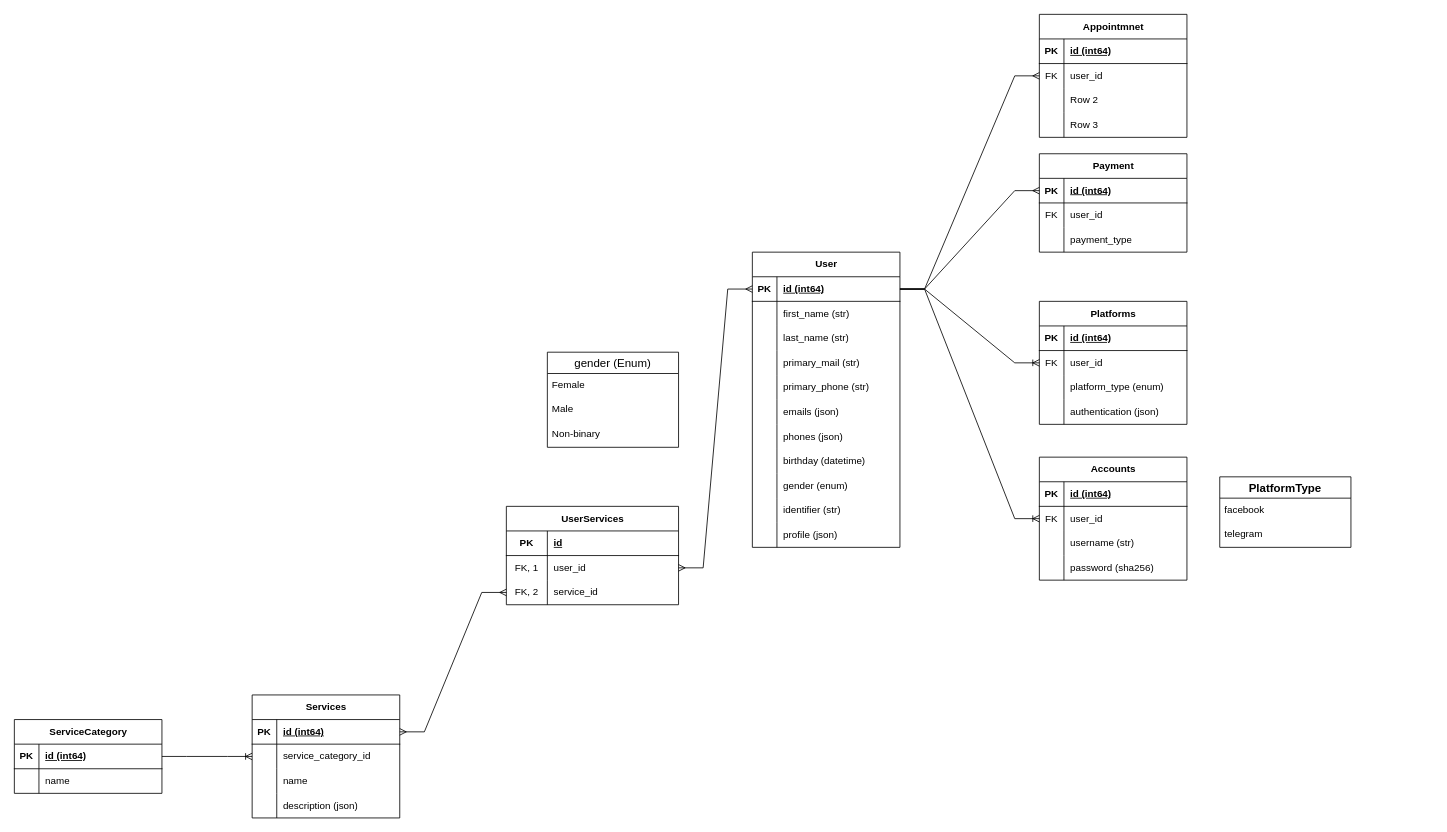
NeuroVortex/expert-booking-marketplace keeps this draw.io diagram as page "Database" (2 of 2) of booking-service.drawio. Above is the earlier version. Source tidied: cells renumbered, new cells numbered last; positions are measured from the earlier drawing's top-left corner, leaving out a move shared by most shapes. Both pictures are drawn from the tidied source at 82%, with x=0, y=0 at pixel (14, 14).
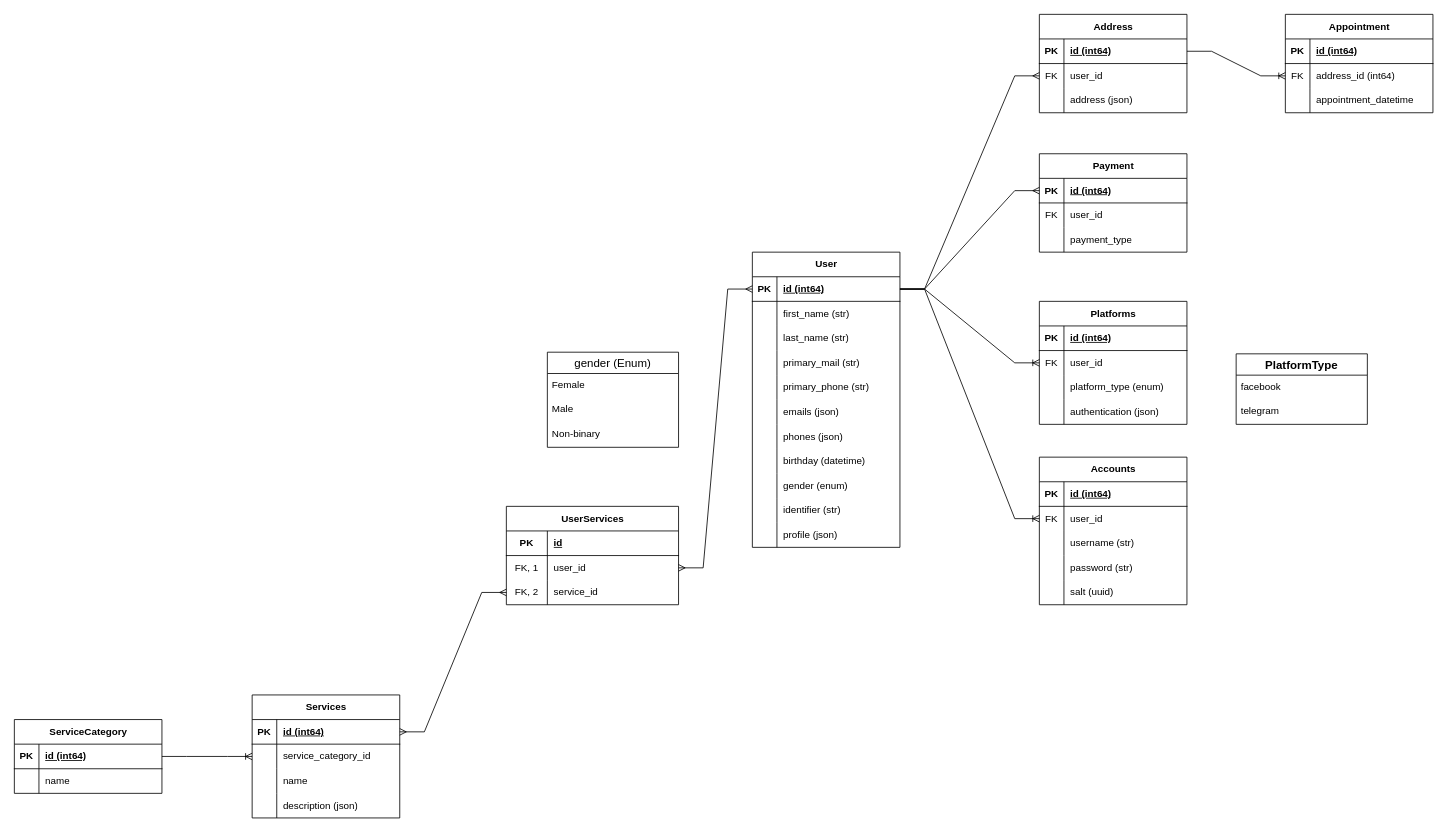
The same diagram, later.

Unchanged cells that the change refers to:
```xml
<mxCell id="37" style="shape=tableRow;horizontal=0;startSize=0;swimlaneHead=0;swimlaneBody=0;fillColor=none;points=[[0,0.5],[1,0.5]];portConstraint=eastwest;top=0;left=0;right=0;bottom=1;" parent="36" vertex="1">
  <mxGeometry y="30" width="180" height="30" as="geometry" />
</mxCell>
<mxCell id="43" style="shape=tableRow;horizontal=0;startSize=0;swimlaneHead=0;swimlaneBody=0;fillColor=none;top=0;left=0;right=0;bottom=0;" parent="36" vertex="1">
  <mxGeometry y="90" width="180" height="30" as="geometry" />
</mxCell>
<mxCell id="96" style="shape=tableRow;horizontal=0;startSize=0;swimlaneHead=0;swimlaneBody=0;fillColor=none;top=0;left=0;right=0;bottom=0;" parent="86" vertex="1">
  <mxGeometry y="120" width="180" height="30" as="geometry" />
</mxCell>
```

Diff of the diagram source:
```diff
@@
-    <mxCell id="36" value="Appointmnet" style="shape=table;startSize=30;childLayout=tableLayout;rowLines=0;fontStyle=1;align=center;html=1;" parent="1" vertex="1">
-      <mxGeometry x="1250" width="180" height="150" as="geometry" />
+    <mxCell id="36" value="Address" style="shape=table;startSize=30;childLayout=tableLayout;rowLines=0;fontStyle=1;align=center;html=1;" parent="1" vertex="1">
+      <mxGeometry x="1250" width="180" height="120" as="geometry" />
     </mxCell>
@@
-    <mxCell id="45" value="Row 2" style="shape=partialRectangle;fillColor=none;top=0;left=0;bottom=0;right=0;align=left;spacingLeft=6;overflow=hidden;whiteSpace=wrap;html=1;" parent="43" vertex="1">
+    <mxCell id="45" value="address (json)" style="shape=partialRectangle;fillColor=none;top=0;left=0;bottom=0;right=0;align=left;spacingLeft=6;overflow=hidden;whiteSpace=wrap;html=1;" parent="43" vertex="1">
       <mxGeometry x="30" width="150" height="30" as="geometry" />
     </mxCell>
-    <mxCell id="46" style="shape=tableRow;horizontal=0;startSize=0;swimlaneHead=0;swimlaneBody=0;fillColor=none;top=0;left=0;right=0;bottom=0;" parent="36" vertex="1">
-      <mxGeometry y="120" width="180" height="30" as="geometry" />
-    </mxCell>
-    <mxCell id="47" style="shape=partialRectangle;fillColor=none;top=0;left=0;bottom=0;right=0;overflow=hidden;whiteSpace=wrap;html=1;" parent="46" vertex="1">
-      <mxGeometry width="30" height="30" as="geometry" />
-    </mxCell>
-    <mxCell id="48" value="Row 3" style="shape=partialRectangle;fillColor=none;top=0;left=0;bottom=0;right=0;align=left;spacingLeft=6;overflow=hidden;whiteSpace=wrap;html=1;" parent="46" vertex="1">
-      <mxGeometry x="30" width="150" height="30" as="geometry" />
-    </mxCell>
@@
     <mxCell id="86" value="Accounts" style="shape=table;startSize=30;childLayout=tableLayout;rowLines=0;fontStyle=1;align=center;html=1;" parent="1" vertex="1">
-      <mxGeometry x="1250" y="540" width="180" height="150" as="geometry" />
+      <mxGeometry x="1250" y="540" width="180" height="180" as="geometry" />
     </mxCell>
@@
-    <mxCell id="98" value="password (sha256)" style="shape=partialRectangle;fillColor=none;top=0;left=0;bottom=0;right=0;align=left;spacingLeft=6;overflow=hidden;whiteSpace=wrap;html=1;" parent="96" vertex="1">
+    <mxCell id="98" value="password (str)" style="shape=partialRectangle;fillColor=none;top=0;left=0;bottom=0;right=0;align=left;spacingLeft=6;overflow=hidden;whiteSpace=wrap;html=1;" parent="96" vertex="1">
       <mxGeometry x="30" width="150" height="30" as="geometry" />
     </mxCell>
+    <mxCell id="129" style="shape=tableRow;horizontal=0;startSize=0;swimlaneHead=0;swimlaneBody=0;fillColor=none;top=0;left=0;right=0;bottom=0;" parent="86" vertex="1">
+      <mxGeometry y="150" width="180" height="30" as="geometry" />
+    </mxCell>
+    <mxCell id="130" style="shape=partialRectangle;fillColor=none;top=0;left=0;bottom=0;right=0;overflow=hidden;whiteSpace=wrap;html=1;" parent="129" vertex="1">
+      <mxGeometry width="30" height="30" as="geometry" />
+    </mxCell>
+    <mxCell id="131" value="salt (uuid)" style="shape=partialRectangle;fillColor=none;top=0;left=0;bottom=0;right=0;align=left;spacingLeft=6;overflow=hidden;whiteSpace=wrap;html=1;" parent="129" vertex="1">
+      <mxGeometry x="30" width="150" height="30" as="geometry" />
+    </mxCell>
@@
     <mxCell id="104" value="PlatformType" style="swimlane;fontStyle=1;horizontal=1;startSize=26;align=center;fontSize=14;" parent="1" vertex="1">
-      <mxGeometry x="1470" y="564" width="160" height="86" as="geometry" />
+      <mxGeometry x="1490" y="414" width="160" height="86" as="geometry" />
     </mxCell>
@@
+    <mxCell id="132" value="Appointment" style="shape=table;startSize=30;childLayout=tableLayout;rowLines=0;fontStyle=1;align=center;html=1;" parent="1" vertex="1">
+      <mxGeometry x="1550" width="180" height="120" as="geometry" />
+    </mxCell>
+    <mxCell id="133" style="shape=tableRow;horizontal=0;startSize=0;swimlaneHead=0;swimlaneBody=0;fillColor=none;top=0;left=0;right=0;bottom=1;" parent="132" vertex="1">
+      <mxGeometry y="30" width="180" height="30" as="geometry" />
+    </mxCell>
+    <mxCell id="134" value="PK" style="shape=partialRectangle;fillColor=none;top=0;left=0;bottom=0;right=0;fontStyle=1;overflow=hidden;whiteSpace=wrap;html=1;" parent="133" vertex="1">
+      <mxGeometry width="30" height="30" as="geometry" />
+    </mxCell>
+    <mxCell id="135" value="id (int64)" style="shape=partialRectangle;fillColor=none;top=0;left=0;bottom=0;right=0;align=left;spacingLeft=6;fontStyle=5;overflow=hidden;whiteSpace=wrap;html=1;" parent="133" vertex="1">
+      <mxGeometry x="30" width="150" height="30" as="geometry" />
+    </mxCell>
+    <mxCell id="136" style="shape=tableRow;horizontal=0;startSize=0;swimlaneHead=0;swimlaneBody=0;fillColor=none;points=[[0,0.5],[1,0.5]];portConstraint=eastwest;top=0;left=0;right=0;bottom=0;" parent="132" vertex="1">
+      <mxGeometry y="60" width="180" height="30" as="geometry" />
+    </mxCell>
+    <mxCell id="137" value="FK" style="shape=partialRectangle;fillColor=none;top=0;left=0;bottom=0;right=0;overflow=hidden;whiteSpace=wrap;html=1;" parent="136" vertex="1">
+      <mxGeometry width="30" height="30" as="geometry" />
+    </mxCell>
+    <mxCell id="138" value="address_id (int64)" style="shape=partialRectangle;fillColor=none;top=0;left=0;bottom=0;right=0;align=left;spacingLeft=6;overflow=hidden;whiteSpace=wrap;html=1;" parent="136" vertex="1">
+      <mxGeometry x="30" width="150" height="30" as="geometry" />
+    </mxCell>
+    <mxCell id="139" style="shape=tableRow;horizontal=0;startSize=0;swimlaneHead=0;swimlaneBody=0;fillColor=none;top=0;left=0;right=0;bottom=0;" parent="132" vertex="1">
+      <mxGeometry y="90" width="180" height="30" as="geometry" />
+    </mxCell>
+    <mxCell id="140" style="shape=partialRectangle;fillColor=none;top=0;left=0;bottom=0;right=0;overflow=hidden;whiteSpace=wrap;html=1;" parent="139" vertex="1">
+      <mxGeometry width="30" height="30" as="geometry" />
+    </mxCell>
+    <mxCell id="141" value="appointment_datetime" style="shape=partialRectangle;fillColor=none;top=0;left=0;bottom=0;right=0;align=left;spacingLeft=6;overflow=hidden;whiteSpace=wrap;html=1;" parent="139" vertex="1">
+      <mxGeometry x="30" width="150" height="30" as="geometry" />
+    </mxCell>
+    <mxCell id="142" style="edgeStyle=entityRelationEdgeStyle;fontSize=12;html=1;endArrow=ERoneToMany;rounded=0;exitX=1;exitY=0.5;exitDx=0;exitDy=0;entryX=0;entryY=0.5;entryDx=0;entryDy=0;" parent="1" edge="1" source="37" target="136">
+      <mxGeometry relative="1" as="geometry" />
+    </mxCell>
```
